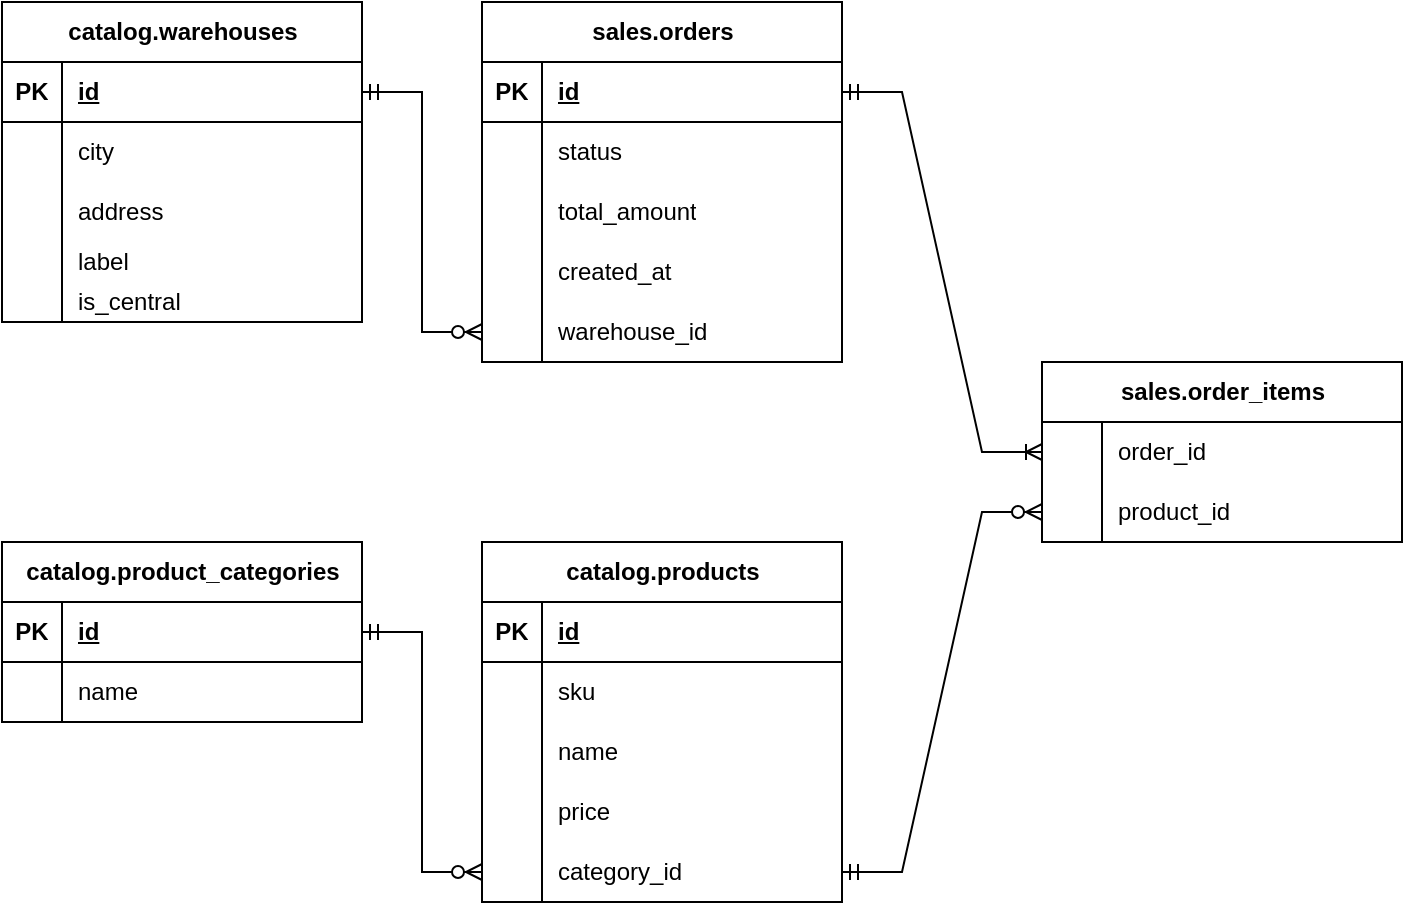
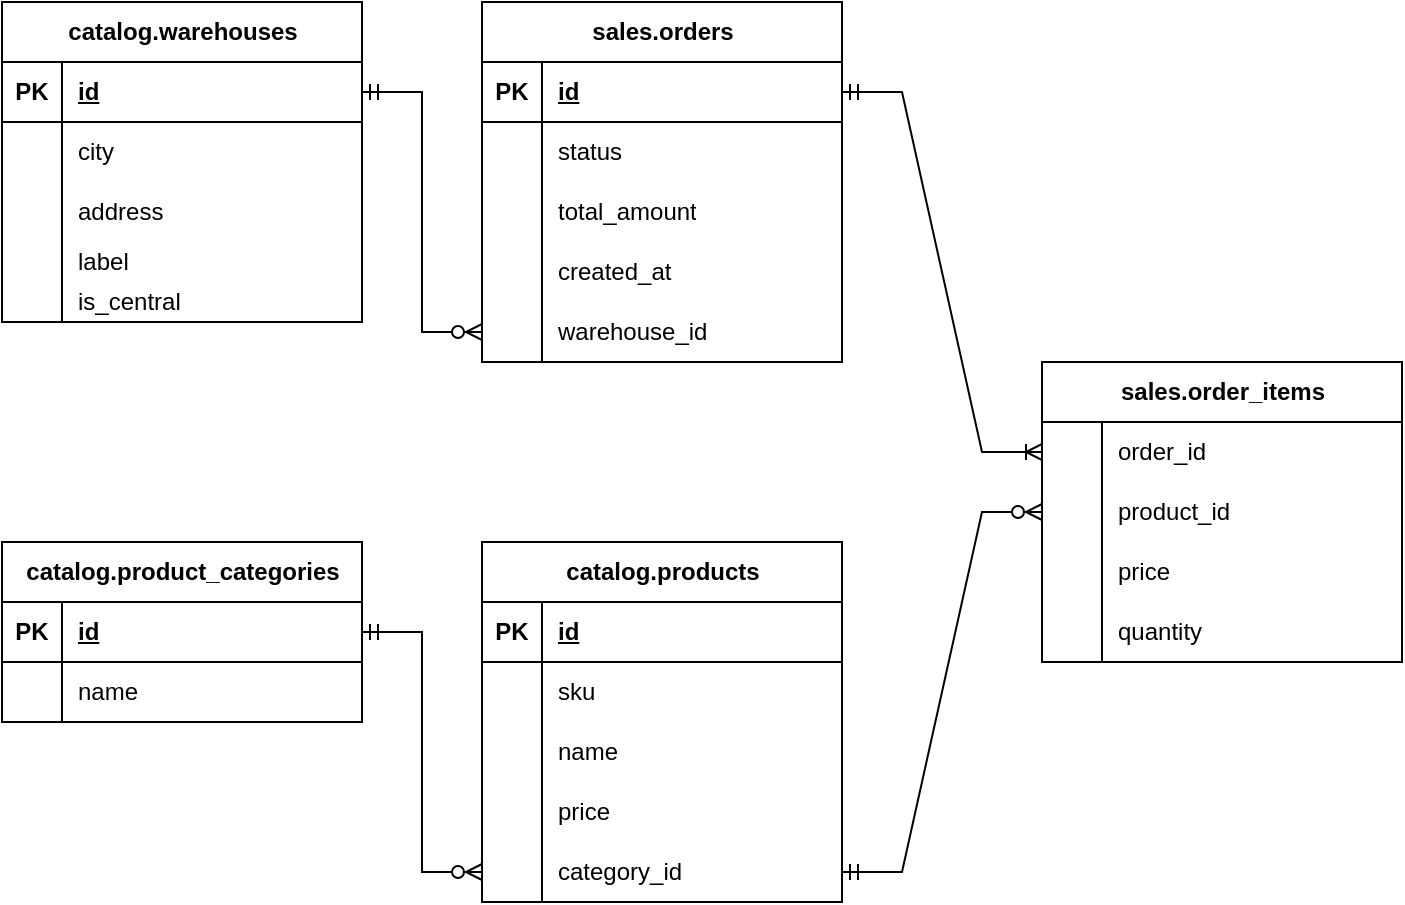
<mxfile host="Electron">
  <diagram name="Page-1" id="cXOcKGq1MNxXJEsGONbB">
-     <mxGraphModel dx="1094" dy="762" grid="1" gridSize="10" guides="1" tooltips="1" connect="1" arrows="1" fold="1" page="1" pageScale="1" pageWidth="850" pageHeight="1100" math="0" shadow="0">
+     <mxGraphModel dx="717" dy="628" grid="1" gridSize="10" guides="1" tooltips="1" connect="1" arrows="1" fold="1" page="1" pageScale="1" pageWidth="850" pageHeight="1100" math="0" shadow="0">
      <root>
        <mxCell id="0" />
        <mxCell id="1" parent="0" />
        <mxCell id="rcxJ4dKrdJyFIFe7tAvl-1" parent="1" style="shape=table;startSize=30;container=1;collapsible=1;childLayout=tableLayout;fixedRows=1;rowLines=0;fontStyle=1;align=center;resizeLast=1;html=1;" value="catalog.warehouses" vertex="1">
          <mxGeometry height="160" width="180" x="100" y="30" as="geometry" />
        </mxCell>
        <mxCell id="rcxJ4dKrdJyFIFe7tAvl-2" parent="rcxJ4dKrdJyFIFe7tAvl-1" style="shape=tableRow;horizontal=0;startSize=0;swimlaneHead=0;swimlaneBody=0;fillColor=none;collapsible=0;dropTarget=0;points=[[0,0.5],[1,0.5]];portConstraint=eastwest;top=0;left=0;right=0;bottom=1;" value="" vertex="1">
          <mxGeometry height="30" width="180" y="30" as="geometry" />
        </mxCell>
        <mxCell id="rcxJ4dKrdJyFIFe7tAvl-3" parent="rcxJ4dKrdJyFIFe7tAvl-2" style="shape=partialRectangle;connectable=0;fillColor=none;top=0;left=0;bottom=0;right=0;fontStyle=1;overflow=hidden;whiteSpace=wrap;html=1;" value="PK" vertex="1">
          <mxGeometry height="30" width="30" as="geometry">
            <mxRectangle height="30" width="30" as="alternateBounds" />
          </mxGeometry>
        </mxCell>
        <mxCell id="rcxJ4dKrdJyFIFe7tAvl-4" parent="rcxJ4dKrdJyFIFe7tAvl-2" style="shape=partialRectangle;connectable=0;fillColor=none;top=0;left=0;bottom=0;right=0;align=left;spacingLeft=6;fontStyle=5;overflow=hidden;whiteSpace=wrap;html=1;" value="id" vertex="1">
          <mxGeometry height="30" width="150" x="30" as="geometry">
            <mxRectangle height="30" width="150" as="alternateBounds" />
          </mxGeometry>
        </mxCell>
        <mxCell id="rcxJ4dKrdJyFIFe7tAvl-5" parent="rcxJ4dKrdJyFIFe7tAvl-1" style="shape=tableRow;horizontal=0;startSize=0;swimlaneHead=0;swimlaneBody=0;fillColor=none;collapsible=0;dropTarget=0;points=[[0,0.5],[1,0.5]];portConstraint=eastwest;top=0;left=0;right=0;bottom=0;" value="" vertex="1">
          <mxGeometry height="30" width="180" y="60" as="geometry" />
        </mxCell>
        <mxCell id="rcxJ4dKrdJyFIFe7tAvl-6" parent="rcxJ4dKrdJyFIFe7tAvl-5" style="shape=partialRectangle;connectable=0;fillColor=none;top=0;left=0;bottom=0;right=0;editable=1;overflow=hidden;whiteSpace=wrap;html=1;" value="" vertex="1">
          <mxGeometry height="30" width="30" as="geometry">
            <mxRectangle height="30" width="30" as="alternateBounds" />
          </mxGeometry>
        </mxCell>
        <mxCell id="rcxJ4dKrdJyFIFe7tAvl-7" parent="rcxJ4dKrdJyFIFe7tAvl-5" style="shape=partialRectangle;connectable=0;fillColor=none;top=0;left=0;bottom=0;right=0;align=left;spacingLeft=6;overflow=hidden;whiteSpace=wrap;html=1;" value="city" vertex="1">
          <mxGeometry height="30" width="150" x="30" as="geometry">
            <mxRectangle height="30" width="150" as="alternateBounds" />
          </mxGeometry>
        </mxCell>
        <mxCell id="rcxJ4dKrdJyFIFe7tAvl-8" parent="rcxJ4dKrdJyFIFe7tAvl-1" style="shape=tableRow;horizontal=0;startSize=0;swimlaneHead=0;swimlaneBody=0;fillColor=none;collapsible=0;dropTarget=0;points=[[0,0.5],[1,0.5]];portConstraint=eastwest;top=0;left=0;right=0;bottom=0;" value="" vertex="1">
          <mxGeometry height="30" width="180" y="90" as="geometry" />
        </mxCell>
        <mxCell id="rcxJ4dKrdJyFIFe7tAvl-9" parent="rcxJ4dKrdJyFIFe7tAvl-8" style="shape=partialRectangle;connectable=0;fillColor=none;top=0;left=0;bottom=0;right=0;editable=1;overflow=hidden;whiteSpace=wrap;html=1;" value="" vertex="1">
          <mxGeometry height="30" width="30" as="geometry">
            <mxRectangle height="30" width="30" as="alternateBounds" />
          </mxGeometry>
        </mxCell>
        <mxCell id="rcxJ4dKrdJyFIFe7tAvl-10" parent="rcxJ4dKrdJyFIFe7tAvl-8" style="shape=partialRectangle;connectable=0;fillColor=none;top=0;left=0;bottom=0;right=0;align=left;spacingLeft=6;overflow=hidden;whiteSpace=wrap;html=1;" value="address" vertex="1">
          <mxGeometry height="30" width="150" x="30" as="geometry">
            <mxRectangle height="30" width="150" as="alternateBounds" />
          </mxGeometry>
        </mxCell>
        <mxCell id="rcxJ4dKrdJyFIFe7tAvl-11" parent="rcxJ4dKrdJyFIFe7tAvl-1" style="shape=tableRow;horizontal=0;startSize=0;swimlaneHead=0;swimlaneBody=0;fillColor=none;collapsible=0;dropTarget=0;points=[[0,0.5],[1,0.5]];portConstraint=eastwest;top=0;left=0;right=0;bottom=0;" value="" vertex="1">
          <mxGeometry height="20" width="180" y="120" as="geometry" />
        </mxCell>
        <mxCell id="rcxJ4dKrdJyFIFe7tAvl-12" parent="rcxJ4dKrdJyFIFe7tAvl-11" style="shape=partialRectangle;connectable=0;fillColor=none;top=0;left=0;bottom=0;right=0;editable=1;overflow=hidden;whiteSpace=wrap;html=1;" value="" vertex="1">
          <mxGeometry height="20" width="30" as="geometry">
            <mxRectangle height="20" width="30" as="alternateBounds" />
          </mxGeometry>
        </mxCell>
        <mxCell id="rcxJ4dKrdJyFIFe7tAvl-13" parent="rcxJ4dKrdJyFIFe7tAvl-11" style="shape=partialRectangle;connectable=0;fillColor=none;top=0;left=0;bottom=0;right=0;align=left;spacingLeft=6;overflow=hidden;whiteSpace=wrap;html=1;" value="label" vertex="1">
          <mxGeometry height="20" width="150" x="30" as="geometry">
            <mxRectangle height="20" width="150" as="alternateBounds" />
          </mxGeometry>
        </mxCell>
        <mxCell id="rcxJ4dKrdJyFIFe7tAvl-31" parent="rcxJ4dKrdJyFIFe7tAvl-1" style="shape=tableRow;horizontal=0;startSize=0;swimlaneHead=0;swimlaneBody=0;fillColor=none;collapsible=0;dropTarget=0;points=[[0,0.5],[1,0.5]];portConstraint=eastwest;top=0;left=0;right=0;bottom=0;" vertex="1">
          <mxGeometry height="20" width="180" y="140" as="geometry" />
        </mxCell>
        <mxCell id="rcxJ4dKrdJyFIFe7tAvl-32" parent="rcxJ4dKrdJyFIFe7tAvl-31" style="shape=partialRectangle;connectable=0;fillColor=none;top=0;left=0;bottom=0;right=0;editable=1;overflow=hidden;whiteSpace=wrap;html=1;" vertex="1">
          <mxGeometry height="20" width="30" as="geometry">
            <mxRectangle height="20" width="30" as="alternateBounds" />
          </mxGeometry>
        </mxCell>
        <mxCell id="rcxJ4dKrdJyFIFe7tAvl-33" parent="rcxJ4dKrdJyFIFe7tAvl-31" style="shape=partialRectangle;connectable=0;fillColor=none;top=0;left=0;bottom=0;right=0;align=left;spacingLeft=6;overflow=hidden;whiteSpace=wrap;html=1;" value="is_central" vertex="1">
          <mxGeometry height="20" width="150" x="30" as="geometry">
            <mxRectangle height="20" width="150" as="alternateBounds" />
          </mxGeometry>
        </mxCell>
        <mxCell id="rcxJ4dKrdJyFIFe7tAvl-14" parent="1" style="shape=table;startSize=30;container=1;collapsible=1;childLayout=tableLayout;fixedRows=1;rowLines=0;fontStyle=1;align=center;resizeLast=1;html=1;" value="catalog.products" vertex="1">
          <mxGeometry height="180" width="180" x="340" y="300" as="geometry" />
        </mxCell>
        <mxCell id="rcxJ4dKrdJyFIFe7tAvl-15" parent="rcxJ4dKrdJyFIFe7tAvl-14" style="shape=tableRow;horizontal=0;startSize=0;swimlaneHead=0;swimlaneBody=0;fillColor=none;collapsible=0;dropTarget=0;points=[[0,0.5],[1,0.5]];portConstraint=eastwest;top=0;left=0;right=0;bottom=1;" value="" vertex="1">
          <mxGeometry height="30" width="180" y="30" as="geometry" />
        </mxCell>
        <mxCell id="rcxJ4dKrdJyFIFe7tAvl-16" parent="rcxJ4dKrdJyFIFe7tAvl-15" style="shape=partialRectangle;connectable=0;fillColor=none;top=0;left=0;bottom=0;right=0;fontStyle=1;overflow=hidden;whiteSpace=wrap;html=1;" value="PK" vertex="1">
          <mxGeometry height="30" width="30" as="geometry">
            <mxRectangle height="30" width="30" as="alternateBounds" />
          </mxGeometry>
        </mxCell>
        <mxCell id="rcxJ4dKrdJyFIFe7tAvl-17" parent="rcxJ4dKrdJyFIFe7tAvl-15" style="shape=partialRectangle;connectable=0;fillColor=none;top=0;left=0;bottom=0;right=0;align=left;spacingLeft=6;fontStyle=5;overflow=hidden;whiteSpace=wrap;html=1;" value="id" vertex="1">
          <mxGeometry height="30" width="150" x="30" as="geometry">
            <mxRectangle height="30" width="150" as="alternateBounds" />
          </mxGeometry>
        </mxCell>
        <mxCell id="rcxJ4dKrdJyFIFe7tAvl-18" parent="rcxJ4dKrdJyFIFe7tAvl-14" style="shape=tableRow;horizontal=0;startSize=0;swimlaneHead=0;swimlaneBody=0;fillColor=none;collapsible=0;dropTarget=0;points=[[0,0.5],[1,0.5]];portConstraint=eastwest;top=0;left=0;right=0;bottom=0;" value="" vertex="1">
          <mxGeometry height="30" width="180" y="60" as="geometry" />
        </mxCell>
        <mxCell id="rcxJ4dKrdJyFIFe7tAvl-19" parent="rcxJ4dKrdJyFIFe7tAvl-18" style="shape=partialRectangle;connectable=0;fillColor=none;top=0;left=0;bottom=0;right=0;editable=1;overflow=hidden;whiteSpace=wrap;html=1;" value="" vertex="1">
          <mxGeometry height="30" width="30" as="geometry">
            <mxRectangle height="30" width="30" as="alternateBounds" />
          </mxGeometry>
        </mxCell>
        <mxCell id="rcxJ4dKrdJyFIFe7tAvl-20" parent="rcxJ4dKrdJyFIFe7tAvl-18" style="shape=partialRectangle;connectable=0;fillColor=none;top=0;left=0;bottom=0;right=0;align=left;spacingLeft=6;overflow=hidden;whiteSpace=wrap;html=1;" value="sku" vertex="1">
          <mxGeometry height="30" width="150" x="30" as="geometry">
            <mxRectangle height="30" width="150" as="alternateBounds" />
          </mxGeometry>
        </mxCell>
        <mxCell id="rcxJ4dKrdJyFIFe7tAvl-21" parent="rcxJ4dKrdJyFIFe7tAvl-14" style="shape=tableRow;horizontal=0;startSize=0;swimlaneHead=0;swimlaneBody=0;fillColor=none;collapsible=0;dropTarget=0;points=[[0,0.5],[1,0.5]];portConstraint=eastwest;top=0;left=0;right=0;bottom=0;" value="" vertex="1">
          <mxGeometry height="30" width="180" y="90" as="geometry" />
        </mxCell>
        <mxCell id="rcxJ4dKrdJyFIFe7tAvl-22" parent="rcxJ4dKrdJyFIFe7tAvl-21" style="shape=partialRectangle;connectable=0;fillColor=none;top=0;left=0;bottom=0;right=0;editable=1;overflow=hidden;whiteSpace=wrap;html=1;" value="" vertex="1">
          <mxGeometry height="30" width="30" as="geometry">
            <mxRectangle height="30" width="30" as="alternateBounds" />
          </mxGeometry>
        </mxCell>
        <mxCell id="rcxJ4dKrdJyFIFe7tAvl-23" parent="rcxJ4dKrdJyFIFe7tAvl-21" style="shape=partialRectangle;connectable=0;fillColor=none;top=0;left=0;bottom=0;right=0;align=left;spacingLeft=6;overflow=hidden;whiteSpace=wrap;html=1;" value="name" vertex="1">
          <mxGeometry height="30" width="150" x="30" as="geometry">
            <mxRectangle height="30" width="150" as="alternateBounds" />
          </mxGeometry>
        </mxCell>
        <mxCell id="rcxJ4dKrdJyFIFe7tAvl-24" parent="rcxJ4dKrdJyFIFe7tAvl-14" style="shape=tableRow;horizontal=0;startSize=0;swimlaneHead=0;swimlaneBody=0;fillColor=none;collapsible=0;dropTarget=0;points=[[0,0.5],[1,0.5]];portConstraint=eastwest;top=0;left=0;right=0;bottom=0;" value="" vertex="1">
          <mxGeometry height="30" width="180" y="120" as="geometry" />
        </mxCell>
        <mxCell id="rcxJ4dKrdJyFIFe7tAvl-25" parent="rcxJ4dKrdJyFIFe7tAvl-24" style="shape=partialRectangle;connectable=0;fillColor=none;top=0;left=0;bottom=0;right=0;editable=1;overflow=hidden;whiteSpace=wrap;html=1;" value="" vertex="1">
          <mxGeometry height="30" width="30" as="geometry">
            <mxRectangle height="30" width="30" as="alternateBounds" />
          </mxGeometry>
        </mxCell>
        <mxCell id="rcxJ4dKrdJyFIFe7tAvl-26" parent="rcxJ4dKrdJyFIFe7tAvl-24" style="shape=partialRectangle;connectable=0;fillColor=none;top=0;left=0;bottom=0;right=0;align=left;spacingLeft=6;overflow=hidden;whiteSpace=wrap;html=1;" value="price" vertex="1">
          <mxGeometry height="30" width="150" x="30" as="geometry">
            <mxRectangle height="30" width="150" as="alternateBounds" />
          </mxGeometry>
        </mxCell>
        <mxCell id="rcxJ4dKrdJyFIFe7tAvl-34" parent="rcxJ4dKrdJyFIFe7tAvl-14" style="shape=tableRow;horizontal=0;startSize=0;swimlaneHead=0;swimlaneBody=0;fillColor=none;collapsible=0;dropTarget=0;points=[[0,0.5],[1,0.5]];portConstraint=eastwest;top=0;left=0;right=0;bottom=0;" vertex="1">
          <mxGeometry height="30" width="180" y="150" as="geometry" />
        </mxCell>
        <mxCell id="rcxJ4dKrdJyFIFe7tAvl-35" parent="rcxJ4dKrdJyFIFe7tAvl-34" style="shape=partialRectangle;connectable=0;fillColor=none;top=0;left=0;bottom=0;right=0;editable=1;overflow=hidden;whiteSpace=wrap;html=1;" vertex="1">
          <mxGeometry height="30" width="30" as="geometry">
            <mxRectangle height="30" width="30" as="alternateBounds" />
          </mxGeometry>
        </mxCell>
        <mxCell id="rcxJ4dKrdJyFIFe7tAvl-36" parent="rcxJ4dKrdJyFIFe7tAvl-34" style="shape=partialRectangle;connectable=0;fillColor=none;top=0;left=0;bottom=0;right=0;align=left;spacingLeft=6;overflow=hidden;whiteSpace=wrap;html=1;" value="category_id" vertex="1">
          <mxGeometry height="30" width="150" x="30" as="geometry">
            <mxRectangle height="30" width="150" as="alternateBounds" />
          </mxGeometry>
        </mxCell>
        <mxCell id="rcxJ4dKrdJyFIFe7tAvl-37" parent="1" style="shape=table;startSize=30;container=1;collapsible=1;childLayout=tableLayout;fixedRows=1;rowLines=0;fontStyle=1;align=center;resizeLast=1;html=1;" value="catalog.product_categories" vertex="1">
          <mxGeometry height="90" width="180" x="100" y="300" as="geometry" />
        </mxCell>
        <mxCell id="rcxJ4dKrdJyFIFe7tAvl-38" parent="rcxJ4dKrdJyFIFe7tAvl-37" style="shape=tableRow;horizontal=0;startSize=0;swimlaneHead=0;swimlaneBody=0;fillColor=none;collapsible=0;dropTarget=0;points=[[0,0.5],[1,0.5]];portConstraint=eastwest;top=0;left=0;right=0;bottom=1;" value="" vertex="1">
          <mxGeometry height="30" width="180" y="30" as="geometry" />
        </mxCell>
        <mxCell id="rcxJ4dKrdJyFIFe7tAvl-39" parent="rcxJ4dKrdJyFIFe7tAvl-38" style="shape=partialRectangle;connectable=0;fillColor=none;top=0;left=0;bottom=0;right=0;fontStyle=1;overflow=hidden;whiteSpace=wrap;html=1;" value="PK" vertex="1">
          <mxGeometry height="30" width="30" as="geometry">
            <mxRectangle height="30" width="30" as="alternateBounds" />
          </mxGeometry>
        </mxCell>
        <mxCell id="rcxJ4dKrdJyFIFe7tAvl-40" parent="rcxJ4dKrdJyFIFe7tAvl-38" style="shape=partialRectangle;connectable=0;fillColor=none;top=0;left=0;bottom=0;right=0;align=left;spacingLeft=6;fontStyle=5;overflow=hidden;whiteSpace=wrap;html=1;" value="id" vertex="1">
          <mxGeometry height="30" width="150" x="30" as="geometry">
            <mxRectangle height="30" width="150" as="alternateBounds" />
          </mxGeometry>
        </mxCell>
        <mxCell id="rcxJ4dKrdJyFIFe7tAvl-41" parent="rcxJ4dKrdJyFIFe7tAvl-37" style="shape=tableRow;horizontal=0;startSize=0;swimlaneHead=0;swimlaneBody=0;fillColor=none;collapsible=0;dropTarget=0;points=[[0,0.5],[1,0.5]];portConstraint=eastwest;top=0;left=0;right=0;bottom=0;" value="" vertex="1">
          <mxGeometry height="30" width="180" y="60" as="geometry" />
        </mxCell>
        <mxCell id="rcxJ4dKrdJyFIFe7tAvl-42" parent="rcxJ4dKrdJyFIFe7tAvl-41" style="shape=partialRectangle;connectable=0;fillColor=none;top=0;left=0;bottom=0;right=0;editable=1;overflow=hidden;whiteSpace=wrap;html=1;" value="" vertex="1">
          <mxGeometry height="30" width="30" as="geometry">
            <mxRectangle height="30" width="30" as="alternateBounds" />
          </mxGeometry>
        </mxCell>
        <mxCell id="rcxJ4dKrdJyFIFe7tAvl-43" parent="rcxJ4dKrdJyFIFe7tAvl-41" style="shape=partialRectangle;connectable=0;fillColor=none;top=0;left=0;bottom=0;right=0;align=left;spacingLeft=6;overflow=hidden;whiteSpace=wrap;html=1;" value="name" vertex="1">
          <mxGeometry height="30" width="150" x="30" as="geometry">
            <mxRectangle height="30" width="150" as="alternateBounds" />
          </mxGeometry>
        </mxCell>
        <mxCell id="rcxJ4dKrdJyFIFe7tAvl-50" parent="1" style="shape=table;startSize=30;container=1;collapsible=1;childLayout=tableLayout;fixedRows=1;rowLines=0;fontStyle=1;align=center;resizeLast=1;html=1;" value="sales.orders" vertex="1">
          <mxGeometry height="180" width="180" x="340" y="30" as="geometry" />
        </mxCell>
        <mxCell id="rcxJ4dKrdJyFIFe7tAvl-51" parent="rcxJ4dKrdJyFIFe7tAvl-50" style="shape=tableRow;horizontal=0;startSize=0;swimlaneHead=0;swimlaneBody=0;fillColor=none;collapsible=0;dropTarget=0;points=[[0,0.5],[1,0.5]];portConstraint=eastwest;top=0;left=0;right=0;bottom=1;" value="" vertex="1">
          <mxGeometry height="30" width="180" y="30" as="geometry" />
        </mxCell>
        <mxCell id="rcxJ4dKrdJyFIFe7tAvl-52" parent="rcxJ4dKrdJyFIFe7tAvl-51" style="shape=partialRectangle;connectable=0;fillColor=none;top=0;left=0;bottom=0;right=0;fontStyle=1;overflow=hidden;whiteSpace=wrap;html=1;" value="PK" vertex="1">
          <mxGeometry height="30" width="30" as="geometry">
            <mxRectangle height="30" width="30" as="alternateBounds" />
          </mxGeometry>
        </mxCell>
        <mxCell id="rcxJ4dKrdJyFIFe7tAvl-53" parent="rcxJ4dKrdJyFIFe7tAvl-51" style="shape=partialRectangle;connectable=0;fillColor=none;top=0;left=0;bottom=0;right=0;align=left;spacingLeft=6;fontStyle=5;overflow=hidden;whiteSpace=wrap;html=1;" value="id" vertex="1">
          <mxGeometry height="30" width="150" x="30" as="geometry">
            <mxRectangle height="30" width="150" as="alternateBounds" />
          </mxGeometry>
        </mxCell>
        <mxCell id="rcxJ4dKrdJyFIFe7tAvl-54" parent="rcxJ4dKrdJyFIFe7tAvl-50" style="shape=tableRow;horizontal=0;startSize=0;swimlaneHead=0;swimlaneBody=0;fillColor=none;collapsible=0;dropTarget=0;points=[[0,0.5],[1,0.5]];portConstraint=eastwest;top=0;left=0;right=0;bottom=0;" value="" vertex="1">
          <mxGeometry height="30" width="180" y="60" as="geometry" />
        </mxCell>
        <mxCell id="rcxJ4dKrdJyFIFe7tAvl-55" parent="rcxJ4dKrdJyFIFe7tAvl-54" style="shape=partialRectangle;connectable=0;fillColor=none;top=0;left=0;bottom=0;right=0;editable=1;overflow=hidden;whiteSpace=wrap;html=1;" value="" vertex="1">
          <mxGeometry height="30" width="30" as="geometry">
            <mxRectangle height="30" width="30" as="alternateBounds" />
          </mxGeometry>
        </mxCell>
        <mxCell id="rcxJ4dKrdJyFIFe7tAvl-56" parent="rcxJ4dKrdJyFIFe7tAvl-54" style="shape=partialRectangle;connectable=0;fillColor=none;top=0;left=0;bottom=0;right=0;align=left;spacingLeft=6;overflow=hidden;whiteSpace=wrap;html=1;" value="status" vertex="1">
          <mxGeometry height="30" width="150" x="30" as="geometry">
            <mxRectangle height="30" width="150" as="alternateBounds" />
          </mxGeometry>
        </mxCell>
        <mxCell id="rcxJ4dKrdJyFIFe7tAvl-57" parent="rcxJ4dKrdJyFIFe7tAvl-50" style="shape=tableRow;horizontal=0;startSize=0;swimlaneHead=0;swimlaneBody=0;fillColor=none;collapsible=0;dropTarget=0;points=[[0,0.5],[1,0.5]];portConstraint=eastwest;top=0;left=0;right=0;bottom=0;" value="" vertex="1">
          <mxGeometry height="30" width="180" y="90" as="geometry" />
        </mxCell>
        <mxCell id="rcxJ4dKrdJyFIFe7tAvl-58" parent="rcxJ4dKrdJyFIFe7tAvl-57" style="shape=partialRectangle;connectable=0;fillColor=none;top=0;left=0;bottom=0;right=0;editable=1;overflow=hidden;whiteSpace=wrap;html=1;" value="" vertex="1">
          <mxGeometry height="30" width="30" as="geometry">
            <mxRectangle height="30" width="30" as="alternateBounds" />
          </mxGeometry>
        </mxCell>
        <mxCell id="rcxJ4dKrdJyFIFe7tAvl-59" parent="rcxJ4dKrdJyFIFe7tAvl-57" style="shape=partialRectangle;connectable=0;fillColor=none;top=0;left=0;bottom=0;right=0;align=left;spacingLeft=6;overflow=hidden;whiteSpace=wrap;html=1;" value="total_amount" vertex="1">
          <mxGeometry height="30" width="150" x="30" as="geometry">
            <mxRectangle height="30" width="150" as="alternateBounds" />
          </mxGeometry>
        </mxCell>
        <mxCell id="rcxJ4dKrdJyFIFe7tAvl-60" parent="rcxJ4dKrdJyFIFe7tAvl-50" style="shape=tableRow;horizontal=0;startSize=0;swimlaneHead=0;swimlaneBody=0;fillColor=none;collapsible=0;dropTarget=0;points=[[0,0.5],[1,0.5]];portConstraint=eastwest;top=0;left=0;right=0;bottom=0;" value="" vertex="1">
          <mxGeometry height="30" width="180" y="120" as="geometry" />
        </mxCell>
        <mxCell id="rcxJ4dKrdJyFIFe7tAvl-61" parent="rcxJ4dKrdJyFIFe7tAvl-60" style="shape=partialRectangle;connectable=0;fillColor=none;top=0;left=0;bottom=0;right=0;editable=1;overflow=hidden;whiteSpace=wrap;html=1;" value="" vertex="1">
          <mxGeometry height="30" width="30" as="geometry">
            <mxRectangle height="30" width="30" as="alternateBounds" />
          </mxGeometry>
        </mxCell>
        <mxCell id="rcxJ4dKrdJyFIFe7tAvl-62" parent="rcxJ4dKrdJyFIFe7tAvl-60" style="shape=partialRectangle;connectable=0;fillColor=none;top=0;left=0;bottom=0;right=0;align=left;spacingLeft=6;overflow=hidden;whiteSpace=wrap;html=1;" value="created_at" vertex="1">
          <mxGeometry height="30" width="150" x="30" as="geometry">
            <mxRectangle height="30" width="150" as="alternateBounds" />
          </mxGeometry>
        </mxCell>
        <mxCell id="rcxJ4dKrdJyFIFe7tAvl-63" parent="rcxJ4dKrdJyFIFe7tAvl-50" style="shape=tableRow;horizontal=0;startSize=0;swimlaneHead=0;swimlaneBody=0;fillColor=none;collapsible=0;dropTarget=0;points=[[0,0.5],[1,0.5]];portConstraint=eastwest;top=0;left=0;right=0;bottom=0;" vertex="1">
          <mxGeometry height="30" width="180" y="150" as="geometry" />
        </mxCell>
        <mxCell id="rcxJ4dKrdJyFIFe7tAvl-64" parent="rcxJ4dKrdJyFIFe7tAvl-63" style="shape=partialRectangle;connectable=0;fillColor=none;top=0;left=0;bottom=0;right=0;editable=1;overflow=hidden;whiteSpace=wrap;html=1;" vertex="1">
          <mxGeometry height="30" width="30" as="geometry">
            <mxRectangle height="30" width="30" as="alternateBounds" />
          </mxGeometry>
        </mxCell>
        <mxCell id="rcxJ4dKrdJyFIFe7tAvl-65" parent="rcxJ4dKrdJyFIFe7tAvl-63" style="shape=partialRectangle;connectable=0;fillColor=none;top=0;left=0;bottom=0;right=0;align=left;spacingLeft=6;overflow=hidden;whiteSpace=wrap;html=1;" value="warehouse_id" vertex="1">
          <mxGeometry height="30" width="150" x="30" as="geometry">
            <mxRectangle height="30" width="150" as="alternateBounds" />
          </mxGeometry>
        </mxCell>
        <mxCell id="rcxJ4dKrdJyFIFe7tAvl-66" parent="1" style="shape=table;startSize=30;container=1;collapsible=1;childLayout=tableLayout;fixedRows=1;rowLines=0;fontStyle=1;align=center;resizeLast=1;html=1;" value="sales.order_items" vertex="1">
-           <mxGeometry height="90" width="180" x="620" y="210" as="geometry" />
+           <mxGeometry height="150" width="180" x="620" y="210" as="geometry" />
        </mxCell>
        <mxCell id="rcxJ4dKrdJyFIFe7tAvl-70" parent="rcxJ4dKrdJyFIFe7tAvl-66" style="shape=tableRow;horizontal=0;startSize=0;swimlaneHead=0;swimlaneBody=0;fillColor=none;collapsible=0;dropTarget=0;points=[[0,0.5],[1,0.5]];portConstraint=eastwest;top=0;left=0;right=0;bottom=0;" value="" vertex="1">
          <mxGeometry height="30" width="180" y="30" as="geometry" />
        </mxCell>
        <mxCell id="rcxJ4dKrdJyFIFe7tAvl-71" parent="rcxJ4dKrdJyFIFe7tAvl-70" style="shape=partialRectangle;connectable=0;fillColor=none;top=0;left=0;bottom=0;right=0;editable=1;overflow=hidden;whiteSpace=wrap;html=1;" value="" vertex="1">
          <mxGeometry height="30" width="30" as="geometry">
            <mxRectangle height="30" width="30" as="alternateBounds" />
          </mxGeometry>
        </mxCell>
        <mxCell id="rcxJ4dKrdJyFIFe7tAvl-72" parent="rcxJ4dKrdJyFIFe7tAvl-70" style="shape=partialRectangle;connectable=0;fillColor=none;top=0;left=0;bottom=0;right=0;align=left;spacingLeft=6;overflow=hidden;whiteSpace=wrap;html=1;" value="order_id" vertex="1">
          <mxGeometry height="30" width="150" x="30" as="geometry">
            <mxRectangle height="30" width="150" as="alternateBounds" />
          </mxGeometry>
        </mxCell>
        <mxCell id="rcxJ4dKrdJyFIFe7tAvl-73" parent="rcxJ4dKrdJyFIFe7tAvl-66" style="shape=tableRow;horizontal=0;startSize=0;swimlaneHead=0;swimlaneBody=0;fillColor=none;collapsible=0;dropTarget=0;points=[[0,0.5],[1,0.5]];portConstraint=eastwest;top=0;left=0;right=0;bottom=0;" value="" vertex="1">
          <mxGeometry height="30" width="180" y="60" as="geometry" />
        </mxCell>
        <mxCell id="rcxJ4dKrdJyFIFe7tAvl-74" parent="rcxJ4dKrdJyFIFe7tAvl-73" style="shape=partialRectangle;connectable=0;fillColor=none;top=0;left=0;bottom=0;right=0;editable=1;overflow=hidden;whiteSpace=wrap;html=1;" value="" vertex="1">
          <mxGeometry height="30" width="30" as="geometry">
            <mxRectangle height="30" width="30" as="alternateBounds" />
          </mxGeometry>
        </mxCell>
        <mxCell id="rcxJ4dKrdJyFIFe7tAvl-75" parent="rcxJ4dKrdJyFIFe7tAvl-73" style="shape=partialRectangle;connectable=0;fillColor=none;top=0;left=0;bottom=0;right=0;align=left;spacingLeft=6;overflow=hidden;whiteSpace=wrap;html=1;" value="product_id" vertex="1">
+           <mxGeometry height="30" width="150" x="30" as="geometry">
+             <mxRectangle height="30" width="150" as="alternateBounds" />
+           </mxGeometry>
+         </mxCell>
+         <mxCell id="xMOr8nctzNF4DualgU6W-1" parent="rcxJ4dKrdJyFIFe7tAvl-66" style="shape=tableRow;horizontal=0;startSize=0;swimlaneHead=0;swimlaneBody=0;fillColor=none;collapsible=0;dropTarget=0;points=[[0,0.5],[1,0.5]];portConstraint=eastwest;top=0;left=0;right=0;bottom=0;" vertex="1">
+           <mxGeometry height="30" width="180" y="90" as="geometry" />
+         </mxCell>
+         <mxCell id="xMOr8nctzNF4DualgU6W-2" parent="xMOr8nctzNF4DualgU6W-1" style="shape=partialRectangle;connectable=0;fillColor=none;top=0;left=0;bottom=0;right=0;editable=1;overflow=hidden;whiteSpace=wrap;html=1;" vertex="1">
+           <mxGeometry height="30" width="30" as="geometry">
+             <mxRectangle height="30" width="30" as="alternateBounds" />
+           </mxGeometry>
+         </mxCell>
+         <mxCell id="xMOr8nctzNF4DualgU6W-3" parent="xMOr8nctzNF4DualgU6W-1" style="shape=partialRectangle;connectable=0;fillColor=none;top=0;left=0;bottom=0;right=0;align=left;spacingLeft=6;overflow=hidden;whiteSpace=wrap;html=1;" value="price" vertex="1">
+           <mxGeometry height="30" width="150" x="30" as="geometry">
+             <mxRectangle height="30" width="150" as="alternateBounds" />
+           </mxGeometry>
+         </mxCell>
+         <mxCell id="xMOr8nctzNF4DualgU6W-4" parent="rcxJ4dKrdJyFIFe7tAvl-66" style="shape=tableRow;horizontal=0;startSize=0;swimlaneHead=0;swimlaneBody=0;fillColor=none;collapsible=0;dropTarget=0;points=[[0,0.5],[1,0.5]];portConstraint=eastwest;top=0;left=0;right=0;bottom=0;" vertex="1">
+           <mxGeometry height="30" width="180" y="120" as="geometry" />
+         </mxCell>
+         <mxCell id="xMOr8nctzNF4DualgU6W-5" parent="xMOr8nctzNF4DualgU6W-4" style="shape=partialRectangle;connectable=0;fillColor=none;top=0;left=0;bottom=0;right=0;editable=1;overflow=hidden;whiteSpace=wrap;html=1;" vertex="1">
+           <mxGeometry height="30" width="30" as="geometry">
+             <mxRectangle height="30" width="30" as="alternateBounds" />
+           </mxGeometry>
+         </mxCell>
+         <mxCell id="xMOr8nctzNF4DualgU6W-6" parent="xMOr8nctzNF4DualgU6W-4" style="shape=partialRectangle;connectable=0;fillColor=none;top=0;left=0;bottom=0;right=0;align=left;spacingLeft=6;overflow=hidden;whiteSpace=wrap;html=1;" value="quantity" vertex="1">
          <mxGeometry height="30" width="150" x="30" as="geometry">
            <mxRectangle height="30" width="150" as="alternateBounds" />
          </mxGeometry>
        </mxCell>
        <mxCell id="rcxJ4dKrdJyFIFe7tAvl-86" edge="1" parent="1" source="rcxJ4dKrdJyFIFe7tAvl-2" style="edgeStyle=entityRelationEdgeStyle;fontSize=12;html=1;endArrow=ERzeroToMany;startArrow=ERmandOne;rounded=0;exitX=1;exitY=0.5;exitDx=0;exitDy=0;entryX=0;entryY=0.5;entryDx=0;entryDy=0;" target="rcxJ4dKrdJyFIFe7tAvl-63" value="">
          <mxGeometry height="100" relative="1" width="100" as="geometry">
            <mxPoint x="530" y="360" as="sourcePoint" />
            <mxPoint x="630" y="260" as="targetPoint" />
          </mxGeometry>
        </mxCell>
        <mxCell id="rcxJ4dKrdJyFIFe7tAvl-87" edge="1" parent="1" source="rcxJ4dKrdJyFIFe7tAvl-38" style="edgeStyle=entityRelationEdgeStyle;fontSize=12;html=1;endArrow=ERzeroToMany;startArrow=ERmandOne;rounded=0;exitX=1;exitY=0.5;exitDx=0;exitDy=0;entryX=0;entryY=0.5;entryDx=0;entryDy=0;" target="rcxJ4dKrdJyFIFe7tAvl-34" value="">
          <mxGeometry height="100" relative="1" width="100" as="geometry">
            <mxPoint x="530" y="360" as="sourcePoint" />
            <mxPoint x="630" y="260" as="targetPoint" />
          </mxGeometry>
        </mxCell>
        <mxCell id="rcxJ4dKrdJyFIFe7tAvl-88" edge="1" parent="1" source="rcxJ4dKrdJyFIFe7tAvl-34" style="edgeStyle=entityRelationEdgeStyle;fontSize=12;html=1;endArrow=ERzeroToMany;startArrow=ERmandOne;rounded=0;entryX=0;entryY=0.5;entryDx=0;entryDy=0;exitX=1;exitY=0.5;exitDx=0;exitDy=0;" target="rcxJ4dKrdJyFIFe7tAvl-73" value="">
          <mxGeometry height="100" relative="1" width="100" as="geometry">
            <mxPoint x="530" y="360" as="sourcePoint" />
            <mxPoint x="630" y="260" as="targetPoint" />
          </mxGeometry>
        </mxCell>
        <mxCell id="rcxJ4dKrdJyFIFe7tAvl-89" edge="1" parent="1" source="rcxJ4dKrdJyFIFe7tAvl-51" style="edgeStyle=entityRelationEdgeStyle;fontSize=12;html=1;endArrow=ERoneToMany;startArrow=ERmandOne;rounded=0;entryX=0;entryY=0.5;entryDx=0;entryDy=0;exitX=1;exitY=0.5;exitDx=0;exitDy=0;" target="rcxJ4dKrdJyFIFe7tAvl-70" value="">
          <mxGeometry height="100" relative="1" width="100" as="geometry">
            <mxPoint x="530" y="360" as="sourcePoint" />
            <mxPoint x="630" y="260" as="targetPoint" />
          </mxGeometry>
        </mxCell>
      </root>
    </mxGraphModel>
  </diagram>
</mxfile>
